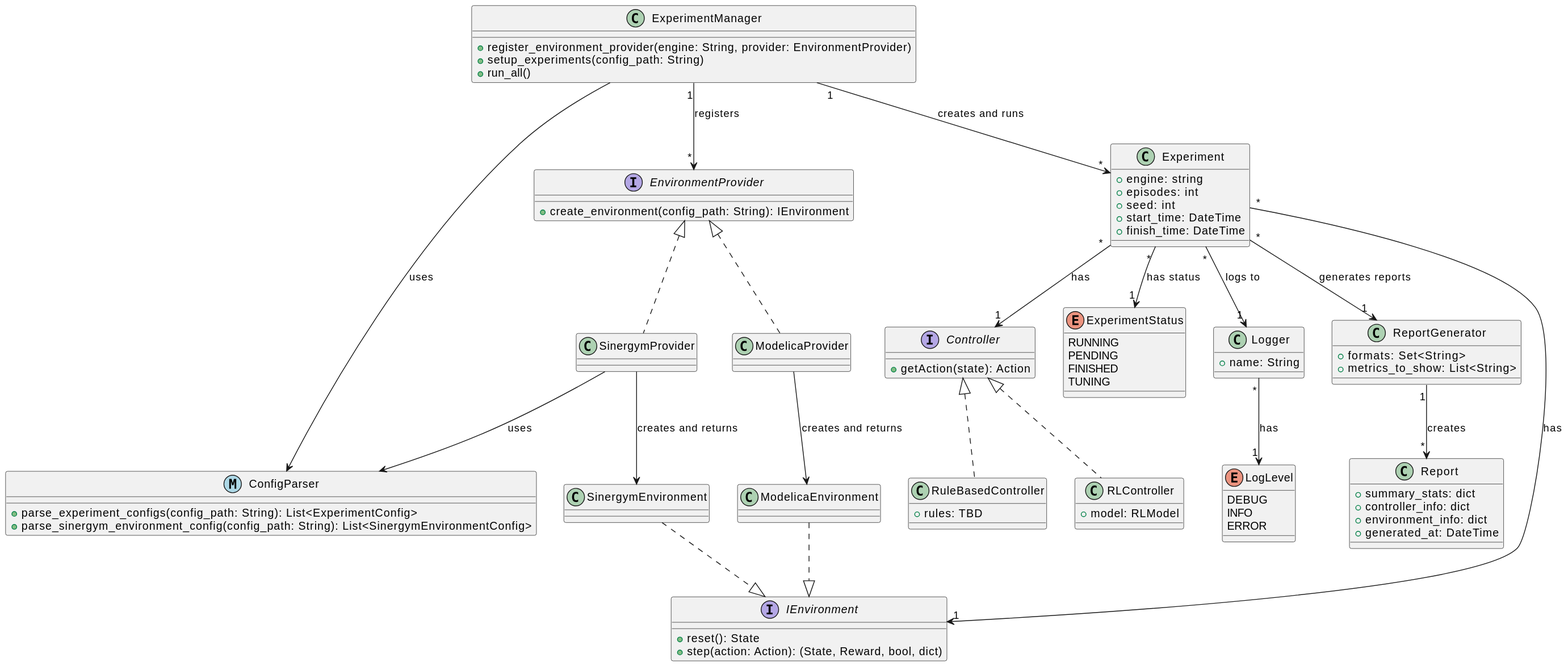
This is docs/uml/ClassDiagramExtension.svg from JoeTheHammer/rl-building-control, a PlantUML export, as it was before one commit. Its diagram source:
```plantuml
@startuml
interface IEnvironment {
  + reset(): State
  + step(action: Action): (State, Reward, bool, dict)
}

interface Controller {
  + getAction(state): Action
}

interface EnvironmentProvider {
  + create_environment(config_path: String): IEnvironment
}

class SinergymProvider
class SinergymEnvironment


class ModelicaProvider
class ModelicaEnvironment

SinergymProvider --> SinergymEnvironment : creates and returns
SinergymEnvironment ..|> IEnvironment
EnvironmentProvider <|.. SinergymProvider

class ExperimentManager {
  + register_environment_provider(engine: String, provider: EnvironmentProvider)
  + setup_experiments(config_path: String)
  + run_all()
}

class ConfigParser <<(M,#ADD8E6)>> {
  + parse_experiment_configs(config_path: String): List<ExperimentConfig>
  + parse_sinergym_environment_config(config_path: String): List<SinergymEnvironmentConfig>
}

class Experiment {
  + engine: string
  + episodes: int
  + seed: int
  + start_time: DateTime
  + finish_time: DateTime
}

enum ExperimentStatus {
  RUNNING
  PENDING
  FINISHED
  TUNING
}

SinergymProvider --> ConfigParser : uses
ExperimentManager --> ConfigParser : uses
ExperimentManager "1" --> "*" Experiment : creates and runs
ExperimentManager "1" --> "*" EnvironmentProvider : registers
Experiment "*" --> "1" IEnvironment      : has
Experiment "*" --> "1" Controller        : has
Experiment "*" --> "1" Logger            : logs to
Experiment "*" --> "1" ExperimentStatus  : has status
Experiment "*" --> "1" ReportGenerator   : generates reports
ModelicaProvider --> ModelicaEnvironment : creates and returns
ModelicaEnvironment ..|> IEnvironment
EnvironmentProvider <|.. ModelicaProvider

Controller <|.. RLController
Controller <|.. RuleBasedController

class RLController {
  + model: RLModel
}

class RuleBasedController {
  + rules: TBD
}

class Logger {
  + name: String
}

enum LogLevel {
  DEBUG
  INFO
  ERROR
}

Logger "*" --> "1" LogLevel : has

class ReportGenerator {
  + formats: Set<String>
  + metrics_to_show: List<String>
}

class Report {
  + summary_stats: dict
  + controller_info: dict
  + environment_info: dict
  + generated_at: DateTime
}

ReportGenerator "1" --> "*" Report : creates
@enduml
```
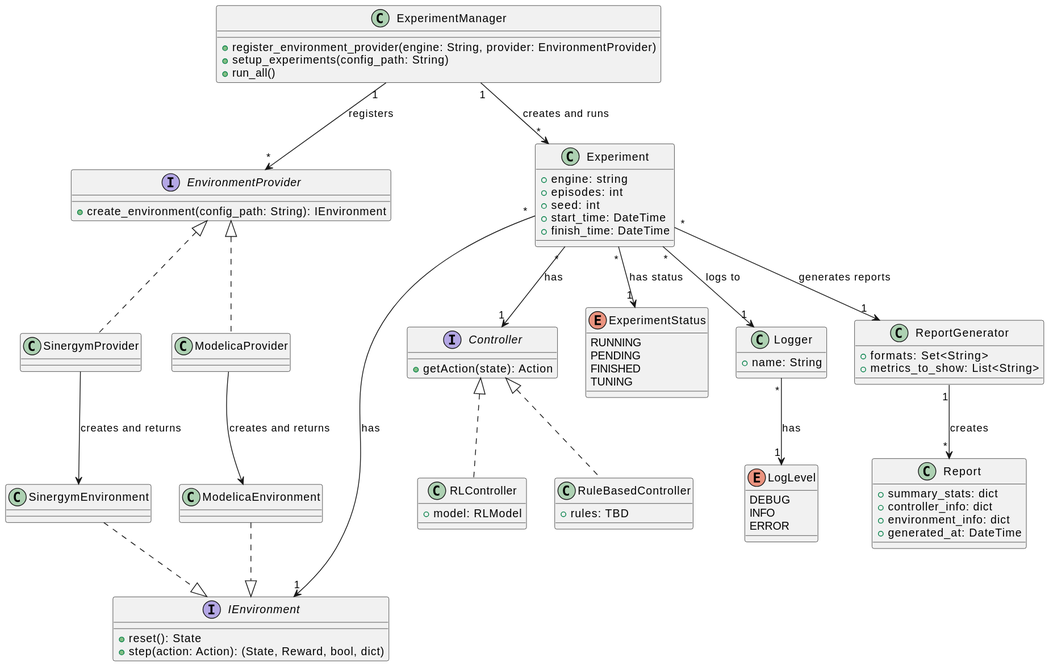
After the change.

Change to the diagram source:
```diff
@@ -29,10 +29,6 @@
   + run_all()
 }
 
-class ConfigParser <<(M,#ADD8E6)>> {
-  + parse_experiment_configs(config_path: String): List<ExperimentConfig>
-  + parse_sinergym_environment_config(config_path: String): List<SinergymEnvironmentConfig>
-}
 
 class Experiment {
   + engine: string
@@ -49,8 +45,8 @@
   TUNING
 }
 
-SinergymProvider --> ConfigParser : uses
-ExperimentManager --> ConfigParser : uses
+
+
 ExperimentManager "1" --> "*" Experiment : creates and runs
 ExperimentManager "1" --> "*" EnvironmentProvider : registers
 Experiment "*" --> "1" IEnvironment      : has
```
